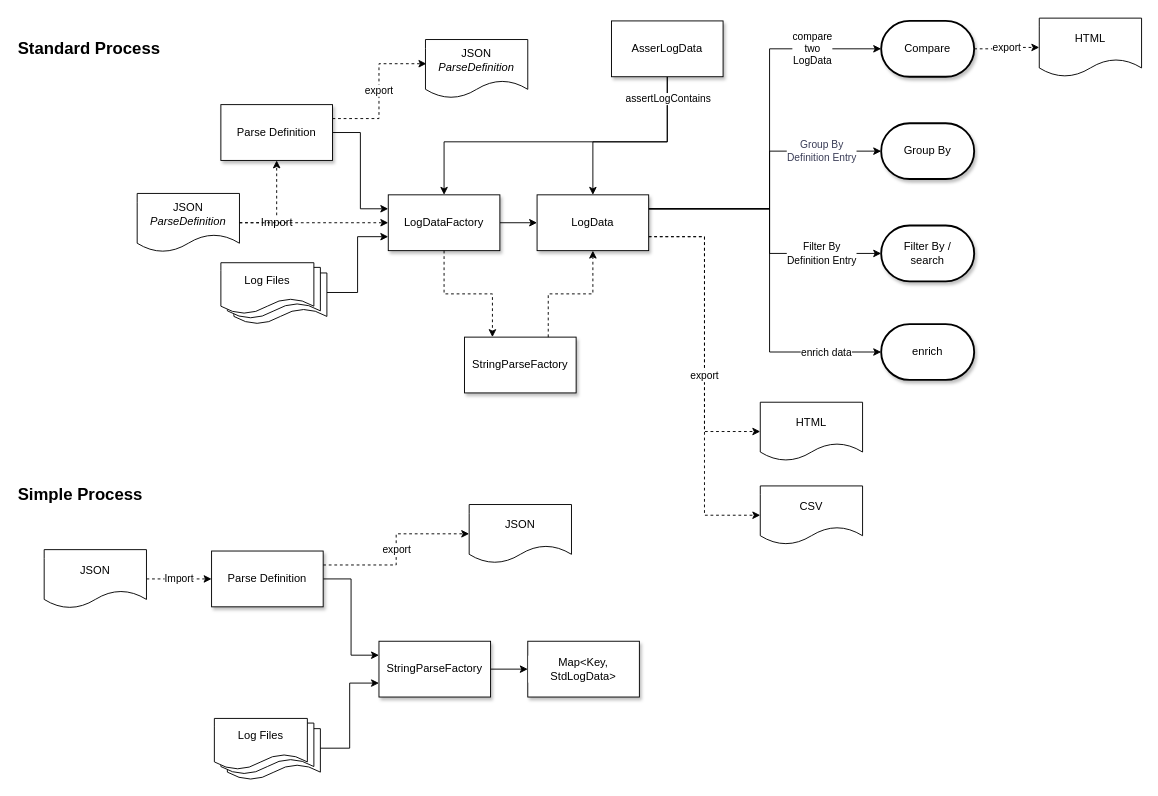
Before: page "Processes" (2 of 3) of diagrams/Log_Parser.drawio in adobe/log-parser, a draw.io diagram. Source tidied: cells renumbered, new cells numbered last; positions are measured from the earlier drawing's top-left corner, leaving out a move shared by most shapes. Both pictures are drawn from the tidied source at 93%, with x=0, y=0 at pixel (16, 18).
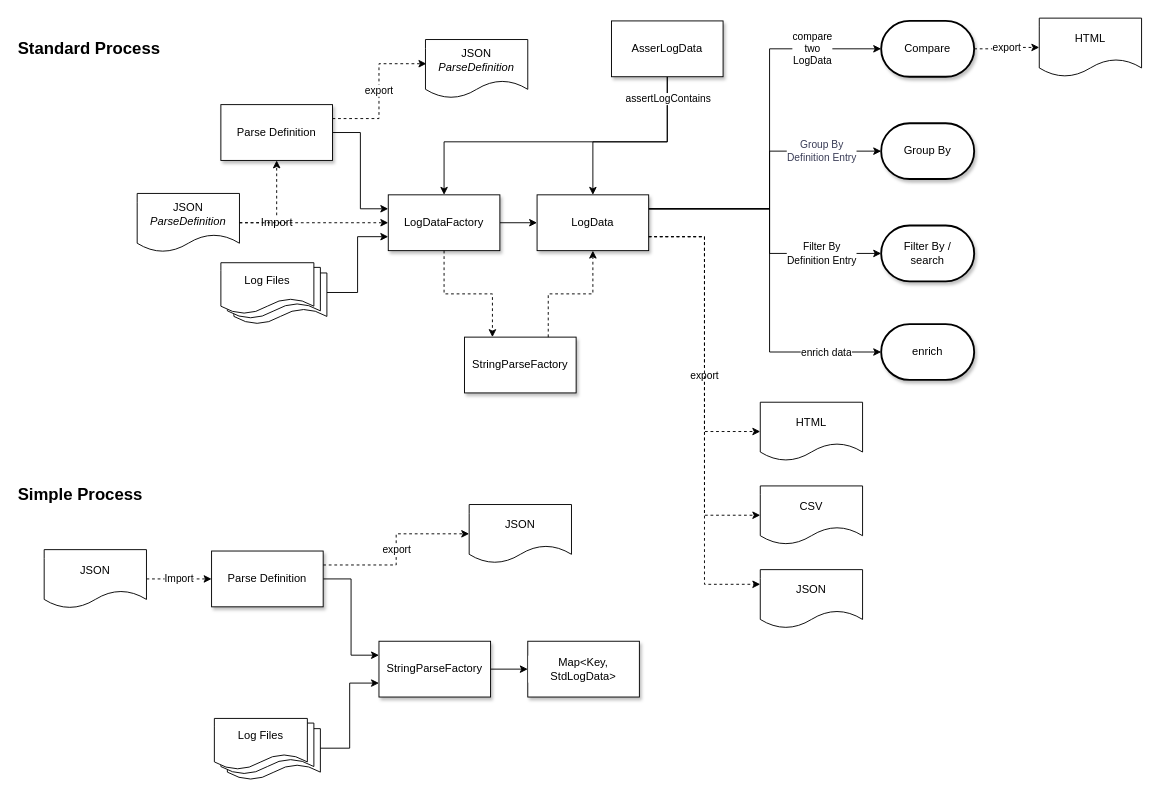
The same page after the edit.

Unchanged cells that the change refers to:
```xml
<mxCell id="16" value="LogData" style="rounded=0;whiteSpace=wrap;html=1;shadow=1;labelBackgroundColor=#FFFFFF;" parent="1" vertex="1">
  <mxGeometry x="560" y="190" width="120" height="60" as="geometry" />
</mxCell>
```

Diff of the diagram source:
```diff
@@
+    <mxCell id="57" value="JSON" style="shape=document;whiteSpace=wrap;html=1;boundedLbl=1;labelBackgroundColor=#FFFFFF;strokeColor=#000000;fillColor=#FFFFFF;fontSize=12;align=center;" parent="1" vertex="1">
+      <mxGeometry x="800" y="593" width="110" height="63" as="geometry" />
+    </mxCell>
+    <mxCell id="58" style="edgeStyle=orthogonalEdgeStyle;rounded=0;jettySize=auto;html=1;exitX=1;exitY=0.75;exitDx=0;exitDy=0;entryX=0;entryY=0.25;entryDx=0;entryDy=0;dashed=1;" parent="1" edge="1" source="16" target="57">
+      <mxGeometry relative="1" as="geometry" />
+    </mxCell>
```
